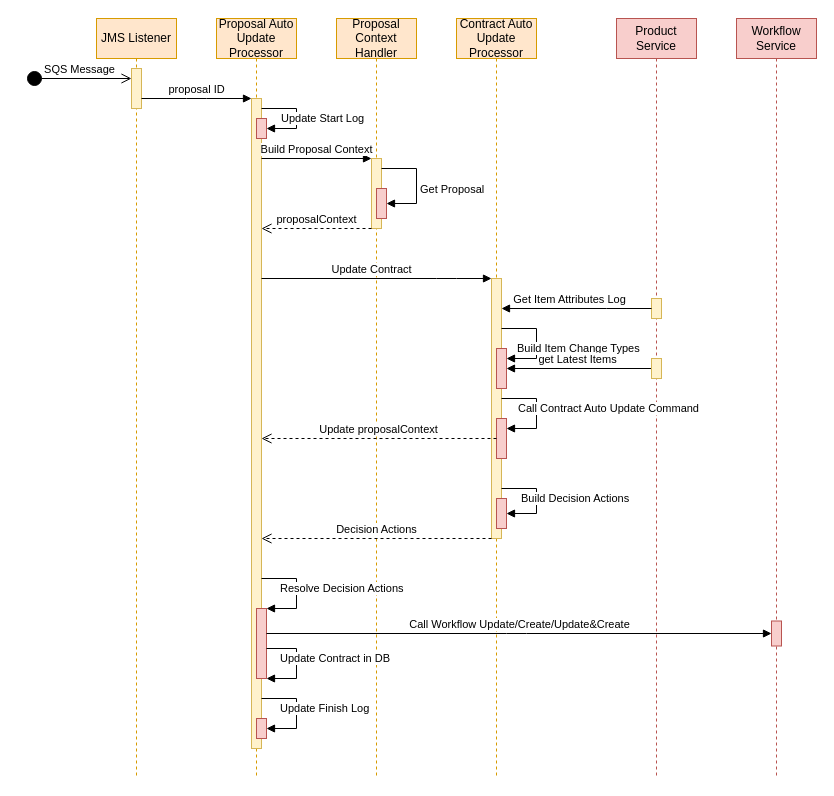
Above: Proposal Update Entry Sequence Diagram.drawio in dajin-kingland/UMLdiagrams (draw.io), before the change. Source tidied: cells renumbered, new cells numbered last; positions are measured from the earlier drawing's top-left corner, leaving out a move shared by most shapes. Both pictures are drawn from the tidied source at 100%, with x=0, y=0 at pixel (26, 18).
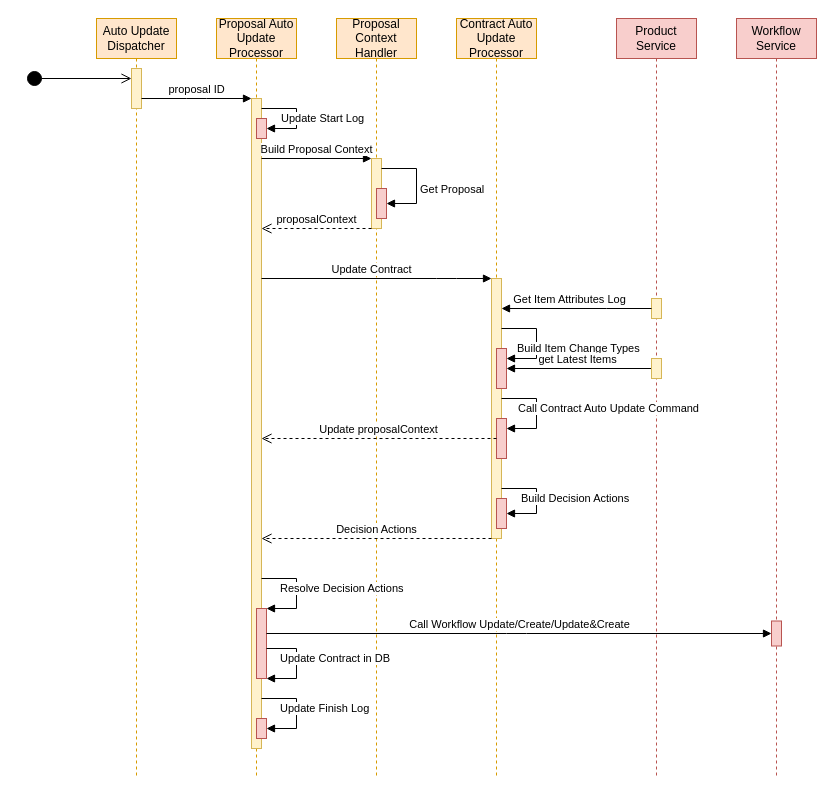
The same diagram, later.

Unchanged cells that the change refers to:
```xml
<mxCell id="40" style="html=1;points=[];perimeter=orthogonalPerimeter;fillColor=#fff2cc;strokeColor=#d6b656;" parent="1" vertex="1">
  <mxGeometry x="105" y="50" width="10" height="40" as="geometry" />
</mxCell>
```

Diff of the diagram source:
```diff
@@
-    <mxCell id="39" value="&lt;font style=&quot;font-size: 12px&quot;&gt;JMS Listener&lt;/font&gt;" style="shape=umlLifeline;perimeter=lifelinePerimeter;whiteSpace=wrap;html=1;fillColor=#ffe6cc;strokeColor=#d79b00;" parent="1" vertex="1">
+    <mxCell id="39" value="&lt;font style=&quot;font-size: 12px&quot;&gt;Auto Update Dispatcher&lt;/font&gt;" style="shape=umlLifeline;perimeter=lifelinePerimeter;whiteSpace=wrap;html=1;fillColor=#ffe6cc;strokeColor=#d79b00;" parent="1" vertex="1">
       <mxGeometry x="70" width="80" height="760" as="geometry" />
     </mxCell>
@@
-    <mxCell id="42" value="SQS Message" style="html=1;verticalAlign=bottom;startArrow=circle;startFill=1;endArrow=open;startSize=6;endSize=8;" parent="1" edge="1" target="40">
+    <mxCell id="42" style="html=1;verticalAlign=bottom;startArrow=circle;startFill=1;endArrow=open;startSize=6;endSize=8;" parent="1" edge="1" target="40">
       <mxGeometry relative="1" as="geometry">
         <mxPoint y="60" as="sourcePoint" />
       </mxGeometry>
     </mxCell>
```
